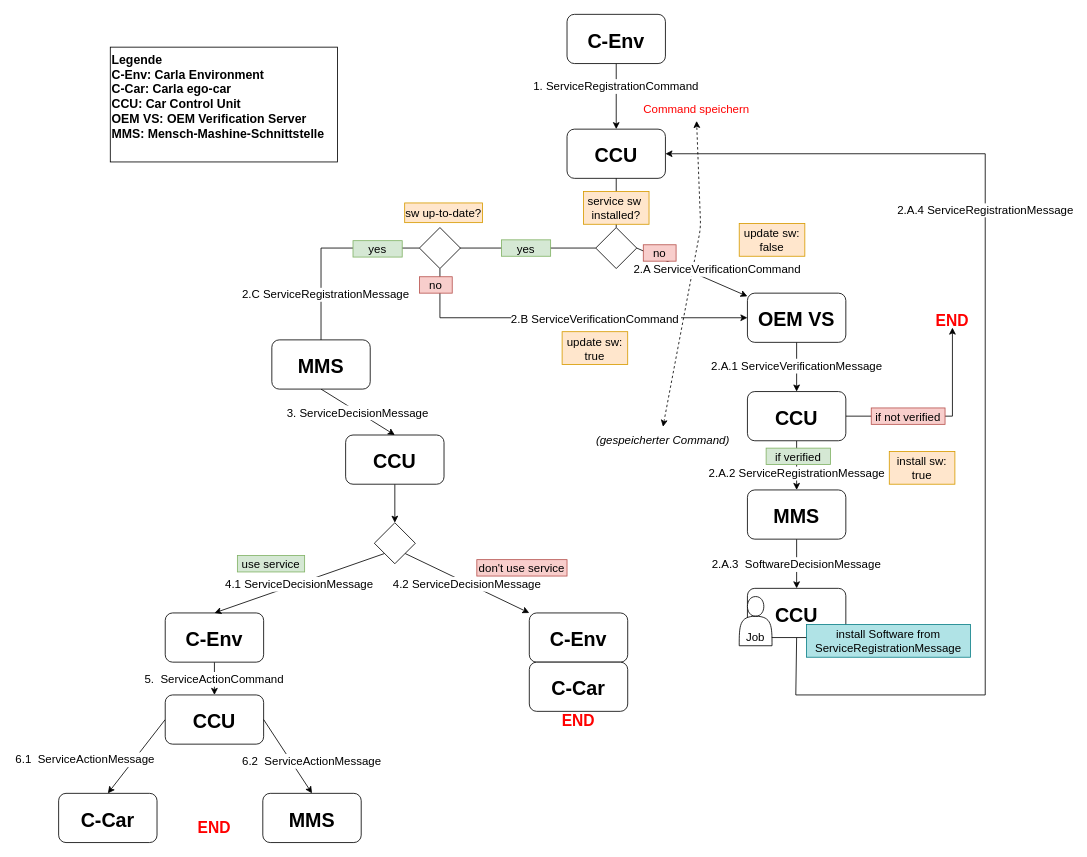
Before: page "Communication" (3 of 3) of DrawIO_Diagrams/Model-and-Communication.drawio in hesty98/bachelorthesis, a draw.io diagram. Source tidied: cells renumbered, new cells numbered last; positions are measured from the earlier drawing's top-left corner, leaving out a move shared by most shapes. Both pictures are drawn from the tidied source at 82%, with x=0, y=0 at pixel (58, 14).
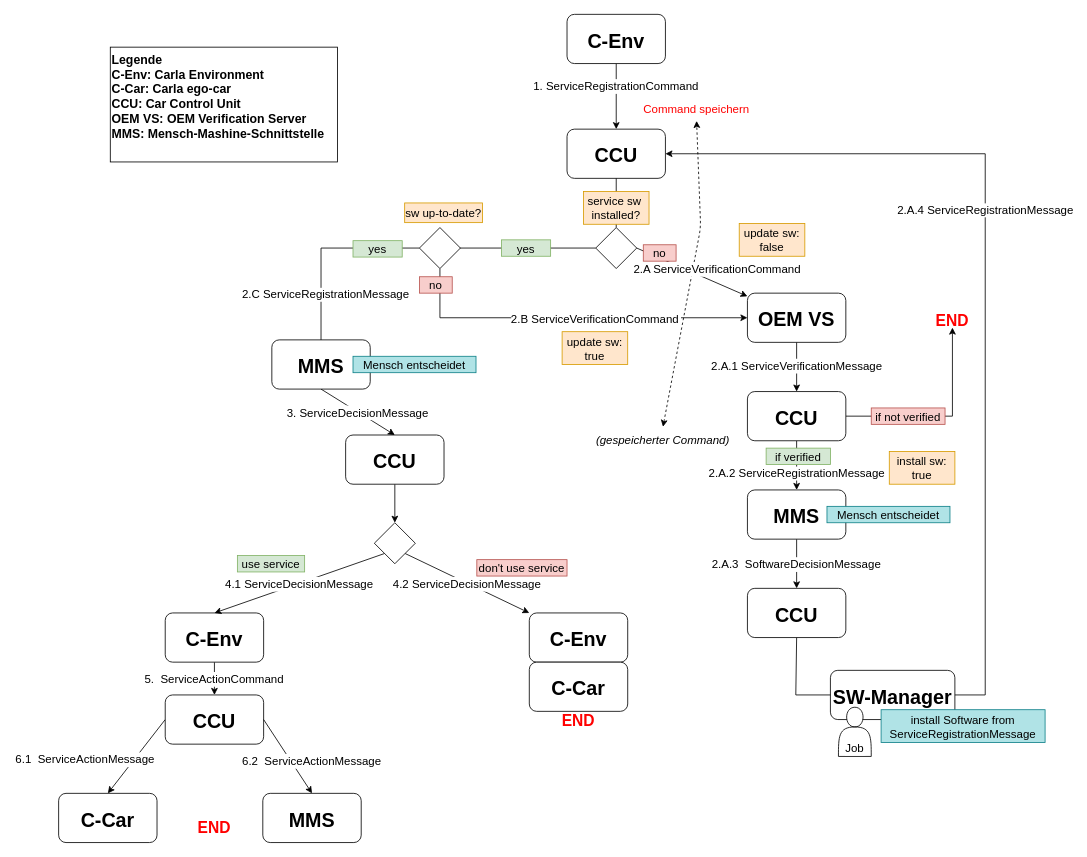
The same page after the edit.

The edit, as a diff of the source:
```diff
@@
-    <mxCell id="32" value="Job" style="shape=actor;labelBackgroundColor=#ffffff;fontSize=14;verticalAlign=bottom;" parent="1" vertex="1">
-      <mxGeometry x="830" y="710" width="40" height="60" as="geometry" />
-    </mxCell>
-    <mxCell id="33" value="install Software from &#10;ServiceRegistrationMessage" style="text;strokeColor=#0e8088;fillColor=#b0e3e6;align=center;verticalAlign=middle;rounded=0;fontSize=14;" parent="1" vertex="1">
-      <mxGeometry x="912" y="744" width="200" height="40" as="geometry" />
-    </mxCell>
@@
+    <mxCell id="63" value="SW-Manager" style="rounded=1;fillColor=#FFFFFF;gradientColor=none;fontStyle=1;fontSize=24;" parent="1" vertex="1">
+      <mxGeometry x="941.2" y="800" width="151.8" height="60" as="geometry" />
+    </mxCell>
+    <mxCell id="64" value="Mensch entscheidet" style="text;strokeColor=#0e8088;fillColor=#b0e3e6;align=center;verticalAlign=middle;rounded=0;fontSize=14;" parent="1" vertex="1">
+      <mxGeometry x="359" y="417" width="150" height="20" as="geometry" />
+    </mxCell>
+    <mxCell id="65" value="Mensch entscheidet" style="text;strokeColor=#0e8088;fillColor=#b0e3e6;align=center;verticalAlign=middle;rounded=0;fontSize=14;" parent="1" vertex="1">
+      <mxGeometry x="937" y="600" width="150" height="20" as="geometry" />
+    </mxCell>
+    <mxCell id="33" value="install Software from &#10;ServiceRegistrationMessage" style="text;strokeColor=#0e8088;fillColor=#b0e3e6;align=center;verticalAlign=middle;rounded=0;fontSize=14;" parent="1" vertex="1">
+      <mxGeometry x="1003" y="848" width="200" height="40" as="geometry" />
+    </mxCell>
+    <mxCell id="32" value="Job" style="shape=actor;labelBackgroundColor=#ffffff;fontSize=14;verticalAlign=bottom;" parent="1" vertex="1">
+      <mxGeometry x="951" y="845" width="40" height="60" as="geometry" />
+    </mxCell>
```
